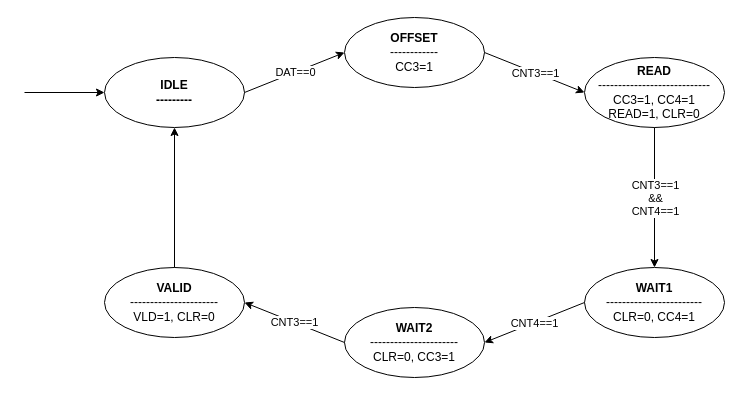
BonnyAD9/inc-uart_rx-reciever keeps this draw.io diagram as FSM/uart_rx.drawio. Above is the earlier version. Source tidied: cells renumbered, new cells numbered last; positions are measured from the earlier drawing's top-left corner, leaving out a move shared by most shapes. Both pictures are drawn from the tidied source at 100%, with x=0, y=0 at pixel (24, 17).
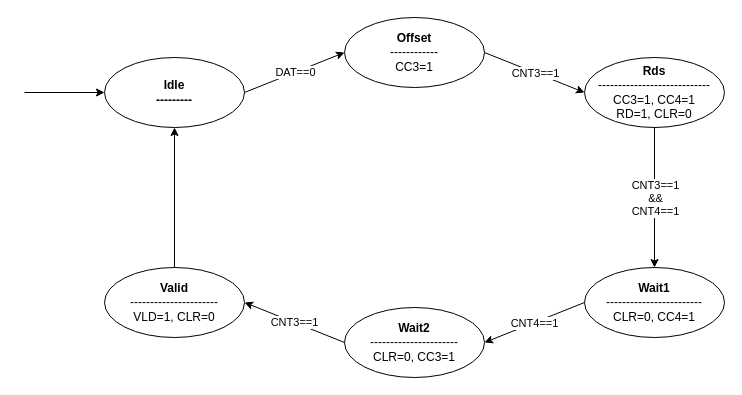
The same diagram, later.

Change to the diagram source:
```diff
@@
-    <mxCell id="2" value="&lt;b&gt;IDLE&lt;br&gt;---------&lt;br&gt;&lt;/b&gt;" style="ellipse;whiteSpace=wrap;html=1;" parent="1" vertex="1">
+    <mxCell id="2" value="&lt;b&gt;Idle&lt;br&gt;---------&lt;br&gt;&lt;/b&gt;" style="ellipse;whiteSpace=wrap;html=1;" parent="1" vertex="1">
       <mxGeometry x="80" y="40" width="140" height="70" as="geometry" />
     </mxCell>
-    <mxCell id="3" value="&lt;b&gt;OFFSET&lt;br&gt;&lt;/b&gt;------------&lt;br&gt;CC3=1" style="ellipse;whiteSpace=wrap;html=1;" parent="1" vertex="1">
+    <mxCell id="3" value="&lt;b&gt;Offset&lt;br&gt;&lt;/b&gt;------------&lt;br&gt;CC3=1" style="ellipse;whiteSpace=wrap;html=1;" parent="1" vertex="1">
       <mxGeometry x="320" width="140" height="70" as="geometry" />
     </mxCell>
-    <mxCell id="4" value="&lt;b&gt;READ&lt;br&gt;&lt;/b&gt;----------------------------&lt;br&gt;CC3=1, CC4=1&lt;br&gt;READ=1, CLR=0" style="ellipse;whiteSpace=wrap;html=1;" parent="1" vertex="1">
+    <mxCell id="4" value="&lt;b&gt;Rds&lt;br&gt;&lt;/b&gt;----------------------------&lt;br&gt;CC3=1, CC4=1&lt;br&gt;RD=1, CLR=0" style="ellipse;whiteSpace=wrap;html=1;" parent="1" vertex="1">
       <mxGeometry x="560" y="40" width="140" height="70" as="geometry" />
     </mxCell>
-    <mxCell id="5" value="&lt;b&gt;WAIT1&lt;/b&gt;&lt;br&gt;------------------------&lt;br&gt;CLR=0, CC4=1" style="ellipse;whiteSpace=wrap;html=1;" parent="1" vertex="1">
+    <mxCell id="5" value="&lt;b&gt;Wait1&lt;/b&gt;&lt;br&gt;------------------------&lt;br&gt;CLR=0, CC4=1" style="ellipse;whiteSpace=wrap;html=1;" parent="1" vertex="1">
       <mxGeometry x="560" y="250" width="140" height="70" as="geometry" />
     </mxCell>
-    <mxCell id="6" value="&lt;b&gt;WAIT2&lt;/b&gt;&lt;br&gt;----------------------&lt;br&gt;CLR=0, CC3=1" style="ellipse;whiteSpace=wrap;html=1;" parent="1" vertex="1">
+    <mxCell id="6" value="&lt;b&gt;Wait2&lt;/b&gt;&lt;br&gt;----------------------&lt;br&gt;CLR=0, CC3=1" style="ellipse;whiteSpace=wrap;html=1;" parent="1" vertex="1">
       <mxGeometry x="320" y="290" width="140" height="70" as="geometry" />
     </mxCell>
-    <mxCell id="7" value="&lt;b&gt;VALID&lt;br&gt;&lt;/b&gt;----------------------&lt;br&gt;VLD=1, CLR=0" style="ellipse;whiteSpace=wrap;html=1;" parent="1" vertex="1">
+    <mxCell id="7" value="&lt;b&gt;Valid&lt;br&gt;&lt;/b&gt;----------------------&lt;br&gt;VLD=1, CLR=0" style="ellipse;whiteSpace=wrap;html=1;" parent="1" vertex="1">
       <mxGeometry x="80" y="250" width="140" height="70" as="geometry" />
     </mxCell>
```
